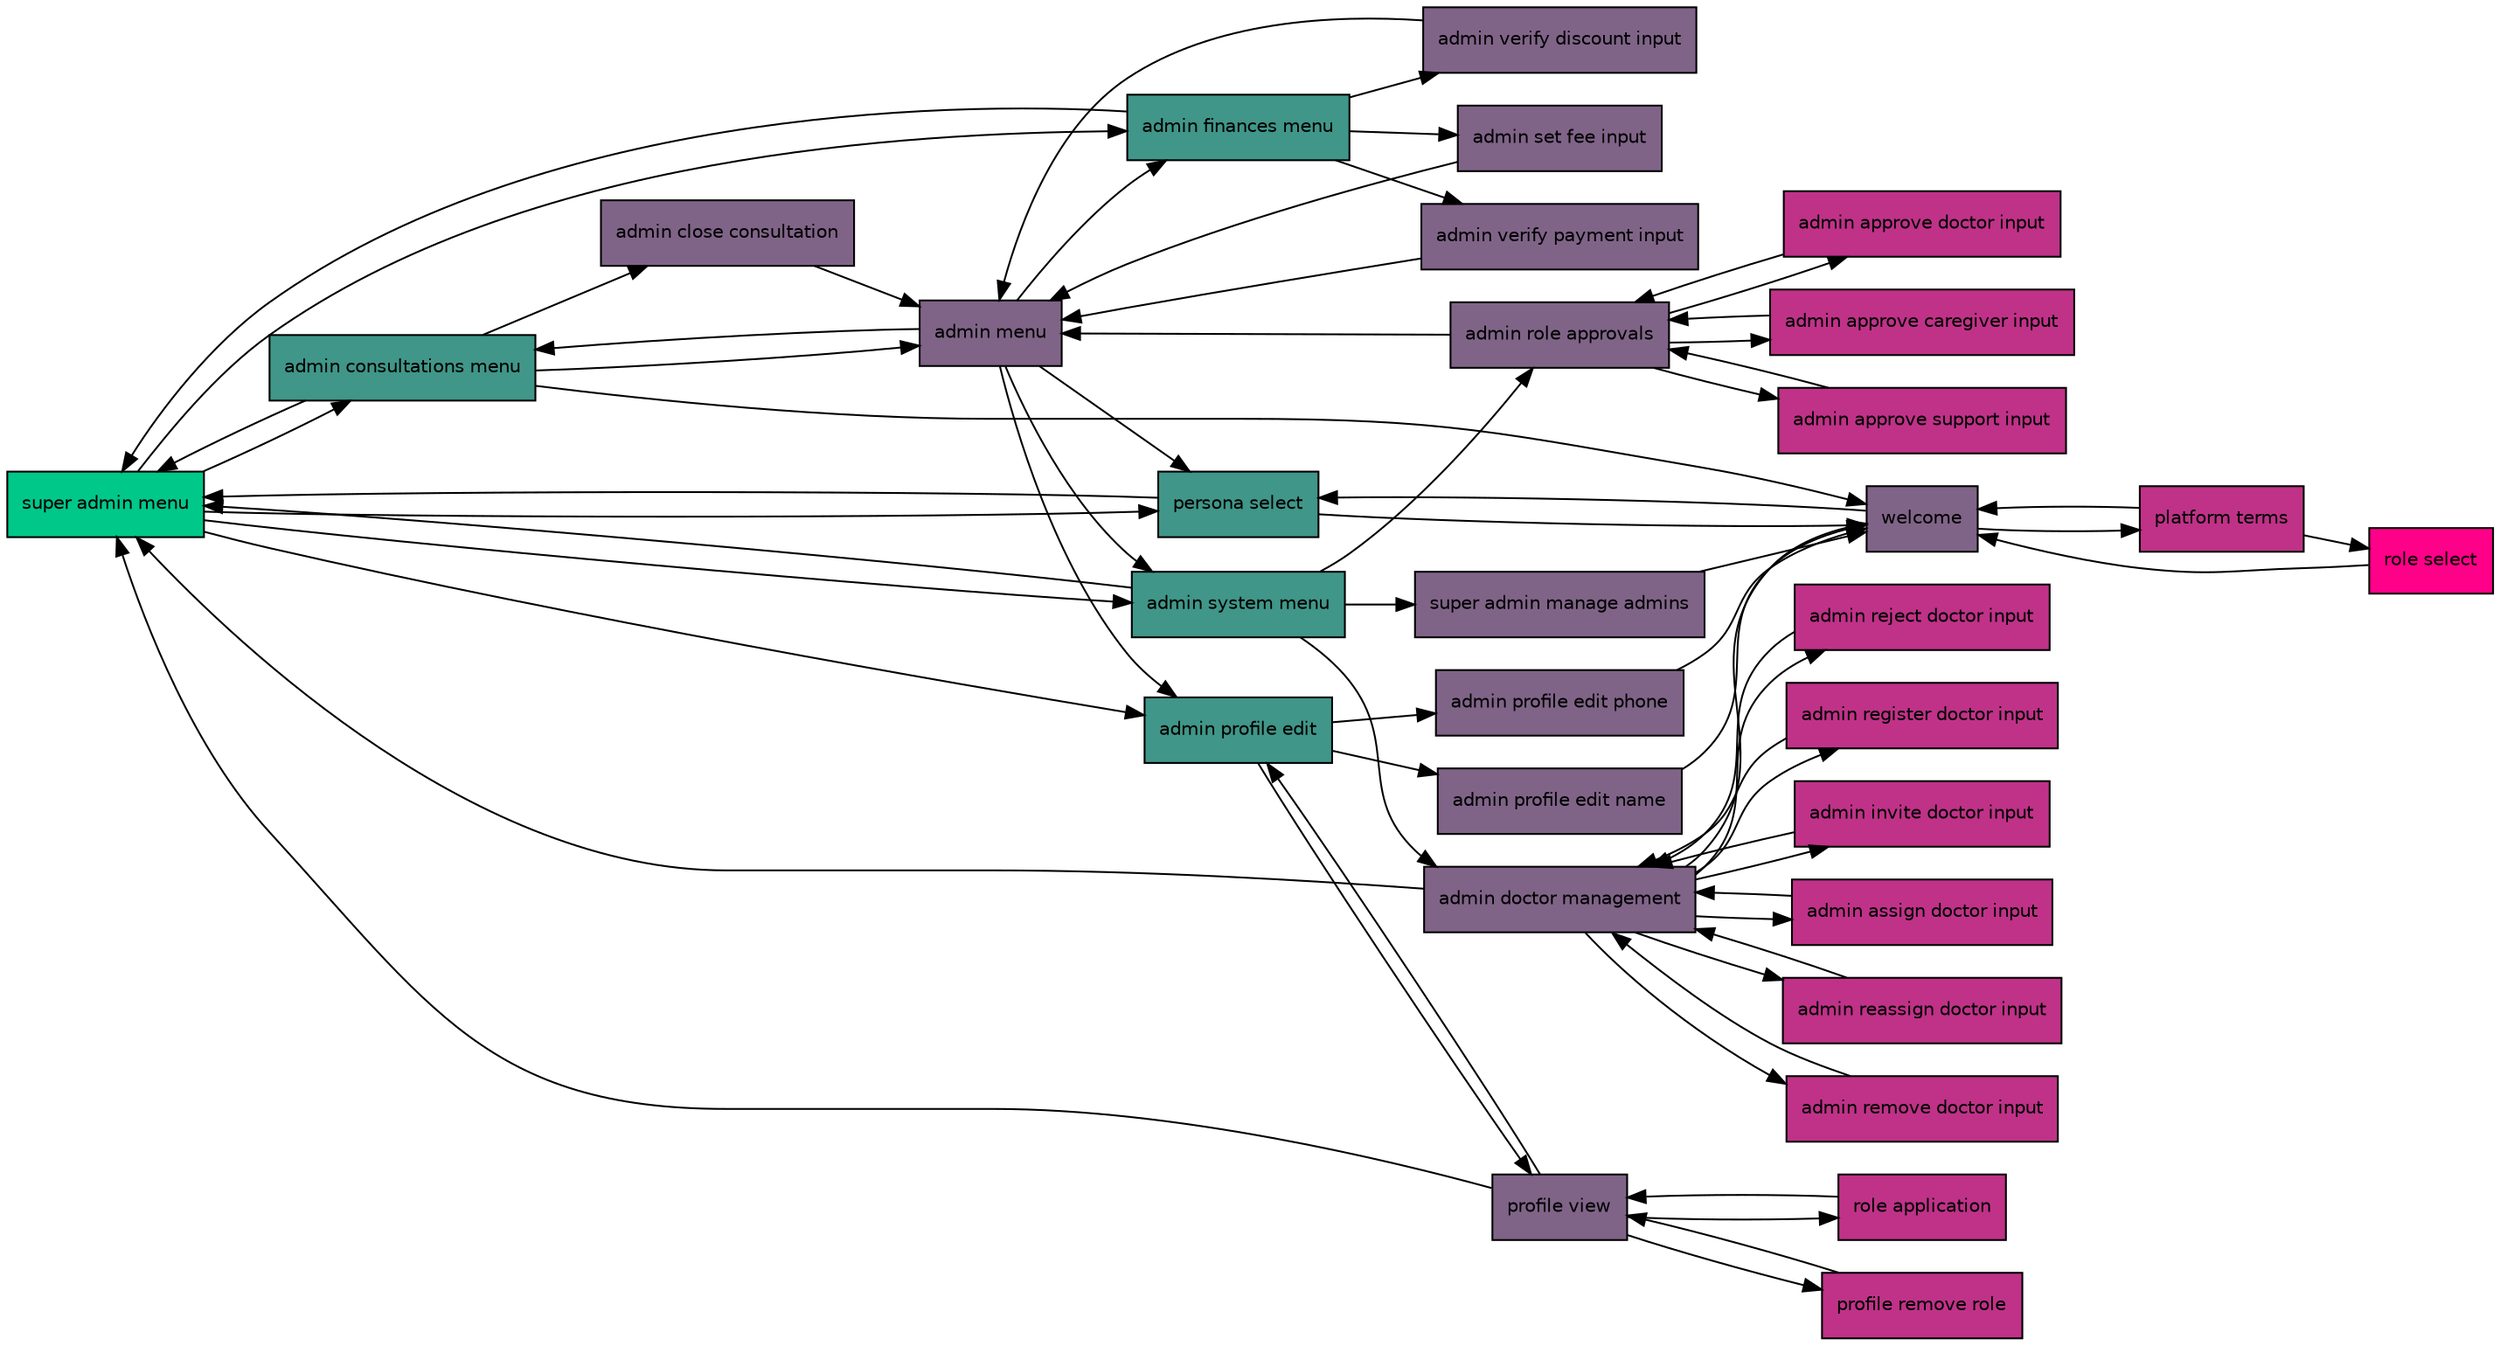
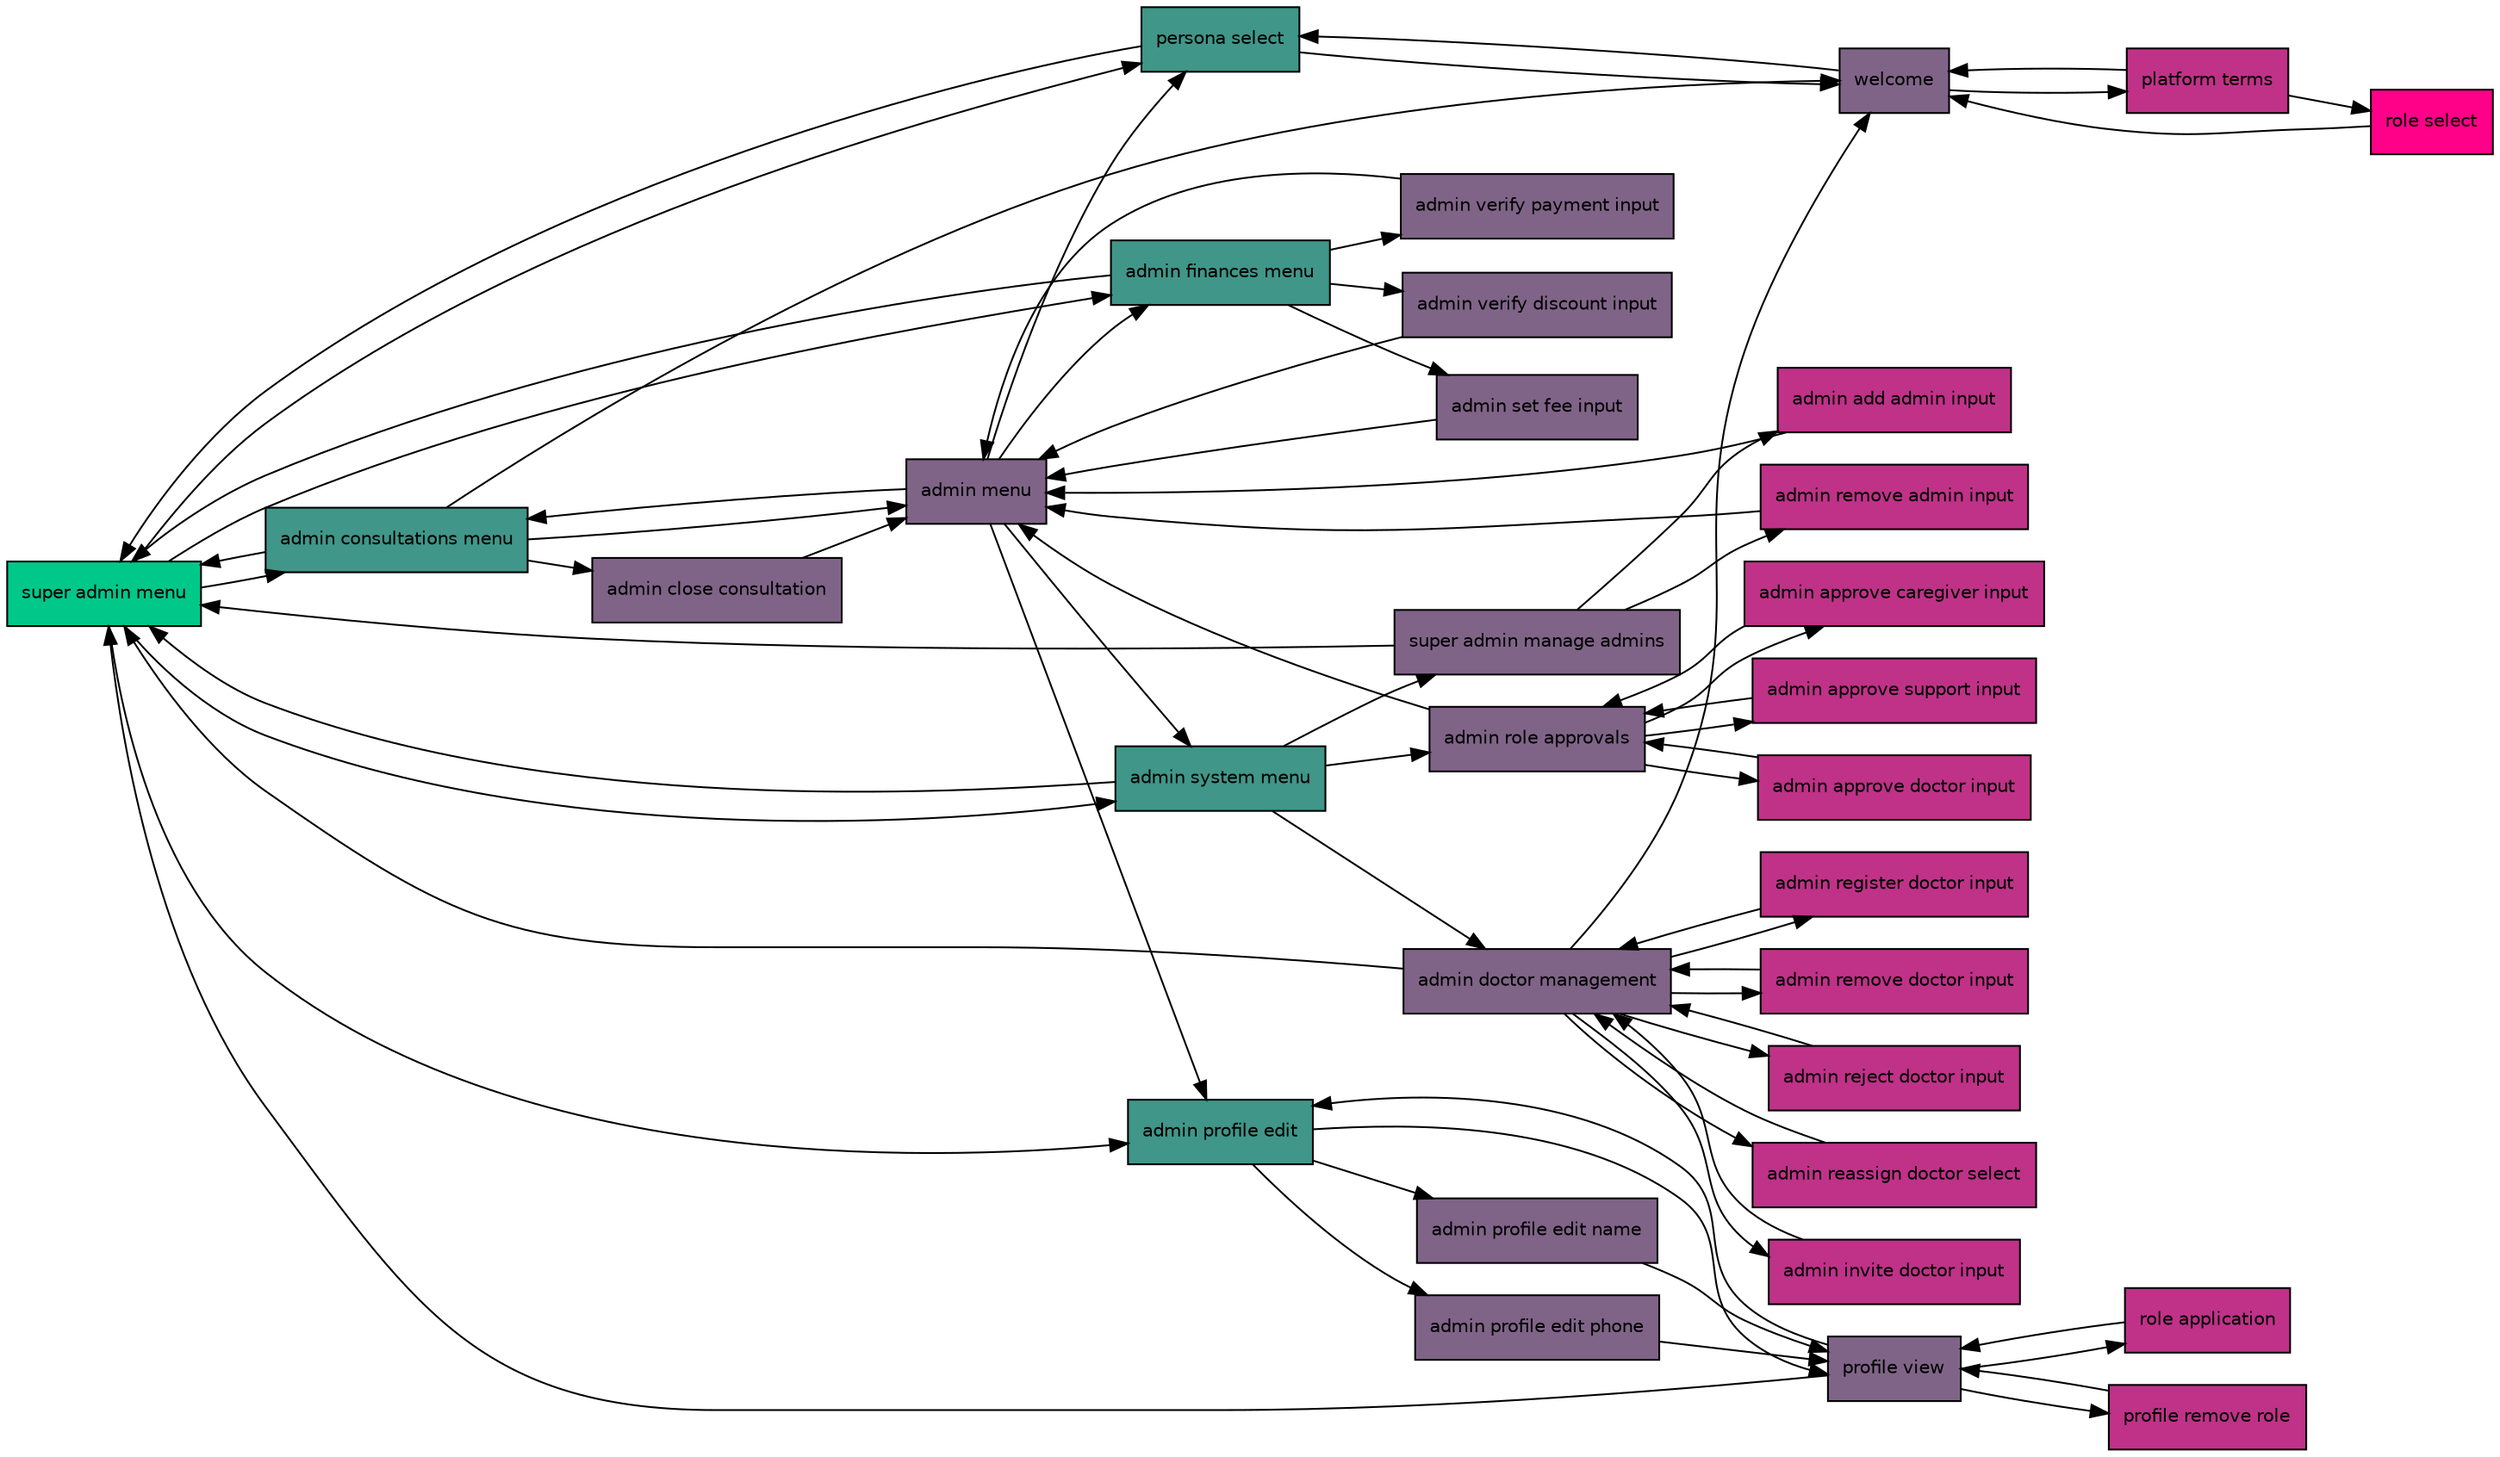
digraph super_admin_flow {
  rankdir=LR;
  node [shape=box style=filled fontname="Helvetica" fontsize=10];
  "super_admin_menu" [label="super admin menu" fillcolor="#00c888"];
  "persona_select" [label="persona select" fillcolor="#409688"];
  "admin_consultations_menu" [label="admin consultations menu" fillcolor="#409688"];
  "admin_finances_menu" [label="admin finances menu" fillcolor="#409688"];
  "admin_system_menu" [label="admin system menu" fillcolor="#409688"];
  "admin_profile_edit" [label="admin profile edit" fillcolor="#409688"];
  "welcome" [label="welcome" fillcolor="#806488"];
  "admin_menu" [label="admin menu" fillcolor="#806488"];
  "admin_close_consultation" [label="admin close consultation" fillcolor="#806488"];
  "admin_verify_payment_input" [label="admin verify payment input" fillcolor="#806488"];
  "admin_verify_discount_input" [label="admin verify discount input" fillcolor="#806488"];
  "admin_set_fee_input" [label="admin set fee input" fillcolor="#806488"];
  "admin_role_approvals" [label="admin role approvals" fillcolor="#806488"];
  "admin_doctor_management" [label="admin doctor management" fillcolor="#806488"];
  "super_admin_manage_admins" [label="super admin manage admins" fillcolor="#806488"];
  "profile_view" [label="profile view" fillcolor="#806488"];
  "admin_profile_edit_name" [label="admin profile edit name" fillcolor="#806488"];
  "admin_profile_edit_phone" [label="admin profile edit phone" fillcolor="#806488"];
  "platform_terms" [label="platform terms" fillcolor="#bf3288"];
  "admin_approve_doctor_input" [label="admin approve doctor input" fillcolor="#bf3288"];
  "admin_approve_caregiver_input" [label="admin approve caregiver input" fillcolor="#bf3288"];
  "admin_approve_support_input" [label="admin approve support input" fillcolor="#bf3288"];
-   "admin_assign_doctor_input" [label="admin assign doctor input" fillcolor="#bf3288"];
-   "admin_reassign_doctor_input" [label="admin reassign doctor input" fillcolor="#bf3288"];
+   "admin_invite_doctor_input" [label="admin invite doctor input" fillcolor="#bf3288"];
+   "admin_register_doctor_input" [label="admin register doctor input" fillcolor="#bf3288"];
  "admin_remove_doctor_input" [label="admin remove doctor input" fillcolor="#bf3288"];
  "admin_reject_doctor_input" [label="admin reject doctor input" fillcolor="#bf3288"];
-   "admin_register_doctor_input" [label="admin register doctor input" fillcolor="#bf3288"];
-   "admin_invite_doctor_input" [label="admin invite doctor input" fillcolor="#bf3288"];
+   "admin_reassign_doctor_select" [label="admin reassign doctor select" fillcolor="#bf3288"];
+   "admin_add_admin_input" [label="admin add admin input" fillcolor="#bf3288"];
+   "admin_remove_admin_input" [label="admin remove admin input" fillcolor="#bf3288"];
  "role_application" [label="role application" fillcolor="#bf3288"];
  "profile_remove_role" [label="profile remove role" fillcolor="#bf3288"];
  "role_select" [label="role select" fillcolor="#ff0088"];
  "super_admin_menu" -> "persona_select";
  "super_admin_menu" -> "admin_consultations_menu";
  "super_admin_menu" -> "admin_finances_menu";
  "super_admin_menu" -> "admin_system_menu";
  "super_admin_menu" -> "admin_profile_edit";
  "persona_select" -> "super_admin_menu";
  "persona_select" -> "welcome";
  "admin_consultations_menu" -> "super_admin_menu";
  "admin_consultations_menu" -> "admin_menu";
  "admin_consultations_menu" -> "welcome";
  "admin_consultations_menu" -> "admin_close_consultation";
  "admin_finances_menu" -> "super_admin_menu";
  "admin_finances_menu" -> "admin_verify_payment_input";
  "admin_finances_menu" -> "admin_verify_discount_input";
  "admin_finances_menu" -> "admin_set_fee_input";
  "admin_system_menu" -> "super_admin_menu";
  "admin_system_menu" -> "admin_role_approvals";
  "admin_system_menu" -> "admin_doctor_management";
  "admin_system_menu" -> "super_admin_manage_admins";
  "admin_profile_edit" -> "profile_view";
  "admin_profile_edit" -> "admin_profile_edit_name";
  "admin_profile_edit" -> "admin_profile_edit_phone";
  "welcome" -> "platform_terms";
  "welcome" -> "persona_select";
  "admin_menu" -> "persona_select";
  "admin_menu" -> "admin_consultations_menu";
  "admin_menu" -> "admin_finances_menu";
  "admin_menu" -> "admin_system_menu";
  "admin_menu" -> "admin_profile_edit";
  "admin_close_consultation" -> "admin_menu";
  "admin_verify_payment_input" -> "admin_menu";
  "admin_verify_discount_input" -> "admin_menu";
  "admin_set_fee_input" -> "admin_menu";
  "admin_role_approvals" -> "admin_menu";
  "admin_role_approvals" -> "admin_approve_doctor_input";
  "admin_role_approvals" -> "admin_approve_caregiver_input";
  "admin_role_approvals" -> "admin_approve_support_input";
  "admin_doctor_management" -> "super_admin_menu";
-   "admin_doctor_management" -> "admin_assign_doctor_input";
-   "admin_doctor_management" -> "admin_reassign_doctor_input";
+   "admin_doctor_management" -> "admin_invite_doctor_input";
+   "admin_doctor_management" -> "admin_register_doctor_input";
  "admin_doctor_management" -> "admin_remove_doctor_input";
  "admin_doctor_management" -> "admin_reject_doctor_input";
  "admin_doctor_management" -> "welcome";
-   "admin_doctor_management" -> "admin_register_doctor_input";
-   "admin_doctor_management" -> "admin_invite_doctor_input";
-   "super_admin_manage_admins" -> "welcome";
+   "admin_doctor_management" -> "admin_reassign_doctor_select";
+   "super_admin_manage_admins" -> "super_admin_menu";
+   "super_admin_manage_admins" -> "admin_add_admin_input";
+   "super_admin_manage_admins" -> "admin_remove_admin_input";
  "profile_view" -> "super_admin_menu";
  "profile_view" -> "admin_profile_edit";
  "profile_view" -> "role_application";
  "profile_view" -> "profile_remove_role";
-   "admin_profile_edit_name" -> "welcome";
-   "admin_profile_edit_phone" -> "welcome";
+   "admin_profile_edit_name" -> "profile_view";
+   "admin_profile_edit_phone" -> "profile_view";
  "platform_terms" -> "welcome";
  "platform_terms" -> "role_select";
  "admin_approve_doctor_input" -> "admin_role_approvals";
  "admin_approve_caregiver_input" -> "admin_role_approvals";
  "admin_approve_support_input" -> "admin_role_approvals";
-   "admin_assign_doctor_input" -> "admin_doctor_management";
-   "admin_reassign_doctor_input" -> "admin_doctor_management";
+   "admin_invite_doctor_input" -> "admin_doctor_management";
+   "admin_register_doctor_input" -> "admin_doctor_management";
  "admin_remove_doctor_input" -> "admin_doctor_management";
  "admin_reject_doctor_input" -> "admin_doctor_management";
-   "admin_register_doctor_input" -> "admin_doctor_management";
-   "admin_invite_doctor_input" -> "admin_doctor_management";
+   "admin_reassign_doctor_select" -> "admin_doctor_management";
+   "admin_add_admin_input" -> "admin_menu";
+   "admin_remove_admin_input" -> "admin_menu";
  "role_application" -> "profile_view";
  "profile_remove_role" -> "profile_view";
  "role_select" -> "welcome";
}